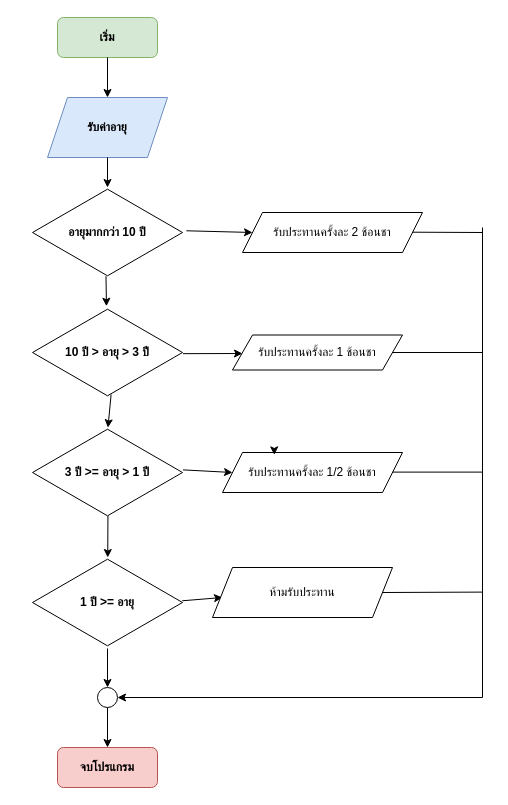
inherthz/LearningByDoing keeps this draw.io diagram as ็้HaveMedecine.drawio. Above is the earlier version. Source tidied: cells renumbered, new cells numbered last; positions are measured from the earlier drawing's top-left corner, leaving out a move shared by most shapes. Both pictures are drawn from the tidied source at 100%, with x=0, y=0 at pixel (32, 17).
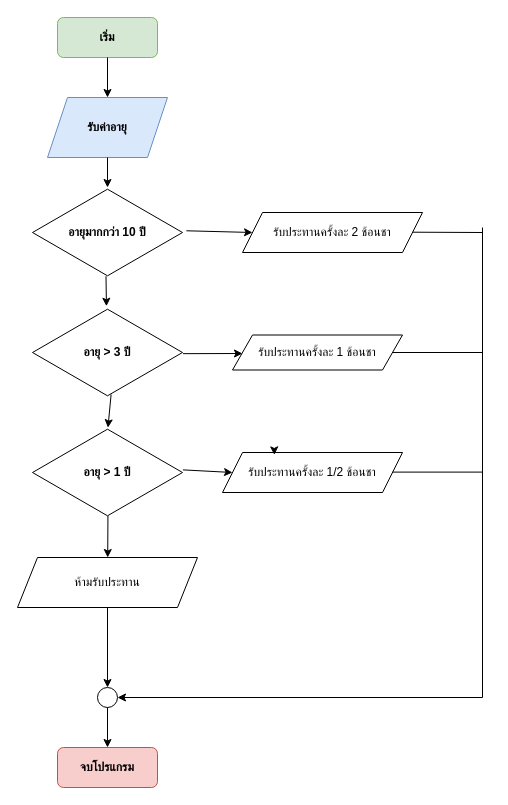
The same diagram, later.

The change refers to these unchanged cells:
```xml
<mxCell id="23" style="ellipse;whiteSpace=wrap;html=1;" parent="1" vertex="1">
  <mxGeometry x="65" y="670" width="20" height="20" as="geometry" />
</mxCell>
```

The edit, as a diff of the source:
```diff
@@
-    <mxCell id="5" value="&lt;b&gt;10 ปี &amp;gt; อายุ &amp;gt; 3 ปี&lt;br&gt;&lt;/b&gt;" style="html=1;whiteSpace=wrap;shape=isoRectangle;" parent="1" vertex="1">
+    <mxCell id="5" value="&lt;b&gt;อายุ &amp;gt; 3 ปี&lt;br&gt;&lt;/b&gt;" style="html=1;whiteSpace=wrap;shape=isoRectangle;" parent="1" vertex="1">
       <mxGeometry y="290" width="150" height="90" as="geometry" />
     </mxCell>
-    <mxCell id="6" value="&lt;b&gt;3 ปี &amp;gt;= อายุ &amp;gt; 1 ปี&lt;br&gt;&lt;/b&gt;" style="html=1;whiteSpace=wrap;shape=isoRectangle;" parent="1" vertex="1">
+    <mxCell id="6" value="&lt;b&gt;อายุ &amp;gt; 1 ปี&lt;br&gt;&lt;/b&gt;" style="html=1;whiteSpace=wrap;shape=isoRectangle;" parent="1" vertex="1">
       <mxGeometry y="410" width="150" height="90" as="geometry" />
     </mxCell>
-    <mxCell id="7" value="&lt;b&gt;1 ปี &amp;gt;= อายุ&lt;br&gt;&lt;/b&gt;" style="html=1;whiteSpace=wrap;shape=isoRectangle;" parent="1" vertex="1">
-      <mxGeometry y="540" width="150" height="90" as="geometry" />
-    </mxCell>
@@
-    <mxCell id="13" style="endArrow=classic;html=1;rounded=0;exitX=0.503;exitY=0.983;exitDx=0;exitDy=0;exitPerimeter=0;" parent="1" edge="1" source="6" target="7">
-      <mxGeometry relative="1" as="geometry" />
+    <mxCell id="13" style="endArrow=classic;html=1;rounded=0;exitX=0.503;exitY=0.983;exitDx=0;exitDy=0;exitPerimeter=0;" parent="1" edge="1" source="6">
+      <mxGeometry relative="1" as="geometry">
+        <mxPoint x="75.2" y="540" as="targetPoint" />
+      </mxGeometry>
     </mxCell>
@@
-    <mxCell id="17" style="endArrow=classic;html=1;rounded=0;exitX=0.998;exitY=0.481;exitDx=0;exitDy=0;exitPerimeter=0;" parent="1" edge="1" source="7">
-      <mxGeometry relative="1" as="geometry">
-        <mxPoint x="190" y="580" as="targetPoint" />
-      </mxGeometry>
-    </mxCell>
@@
     <mxCell id="21" value="ห้ามรับประทาน" style="shape=parallelogram;perimeter=parallelogramPerimeter;whiteSpace=wrap;html=1;fixedSize=1;" parent="1" vertex="1">
-      <mxGeometry x="180" y="550" width="180" height="50" as="geometry" />
+      <mxGeometry x="-15" y="540" width="180" height="50" as="geometry" />
     </mxCell>
@@
-    <mxCell id="24" style="endArrow=classic;html=1;rounded=0;entryX=0.5;entryY=0;entryDx=0;entryDy=0;exitX=0.5;exitY=1.011;exitDx=0;exitDy=0;exitPerimeter=0;" parent="1" edge="1" source="7" target="23">
+    <mxCell id="24" style="endArrow=classic;html=1;rounded=0;entryX=0.5;entryY=0;entryDx=0;entryDy=0;exitX=0.5;exitY=1;exitDx=0;exitDy=0;" parent="1" edge="1" source="21" target="23">
       <mxGeometry relative="1" as="geometry" />
     </mxCell>
@@
-    <mxCell id="31" style="endArrow=none;html=1;rounded=0;exitX=1;exitY=0.5;exitDx=0;exitDy=0;" parent="1" edge="1" source="21">
-      <mxGeometry relative="1" as="geometry">
-        <mxPoint x="450" y="574.6" as="targetPoint" />
-      </mxGeometry>
-    </mxCell>
```
